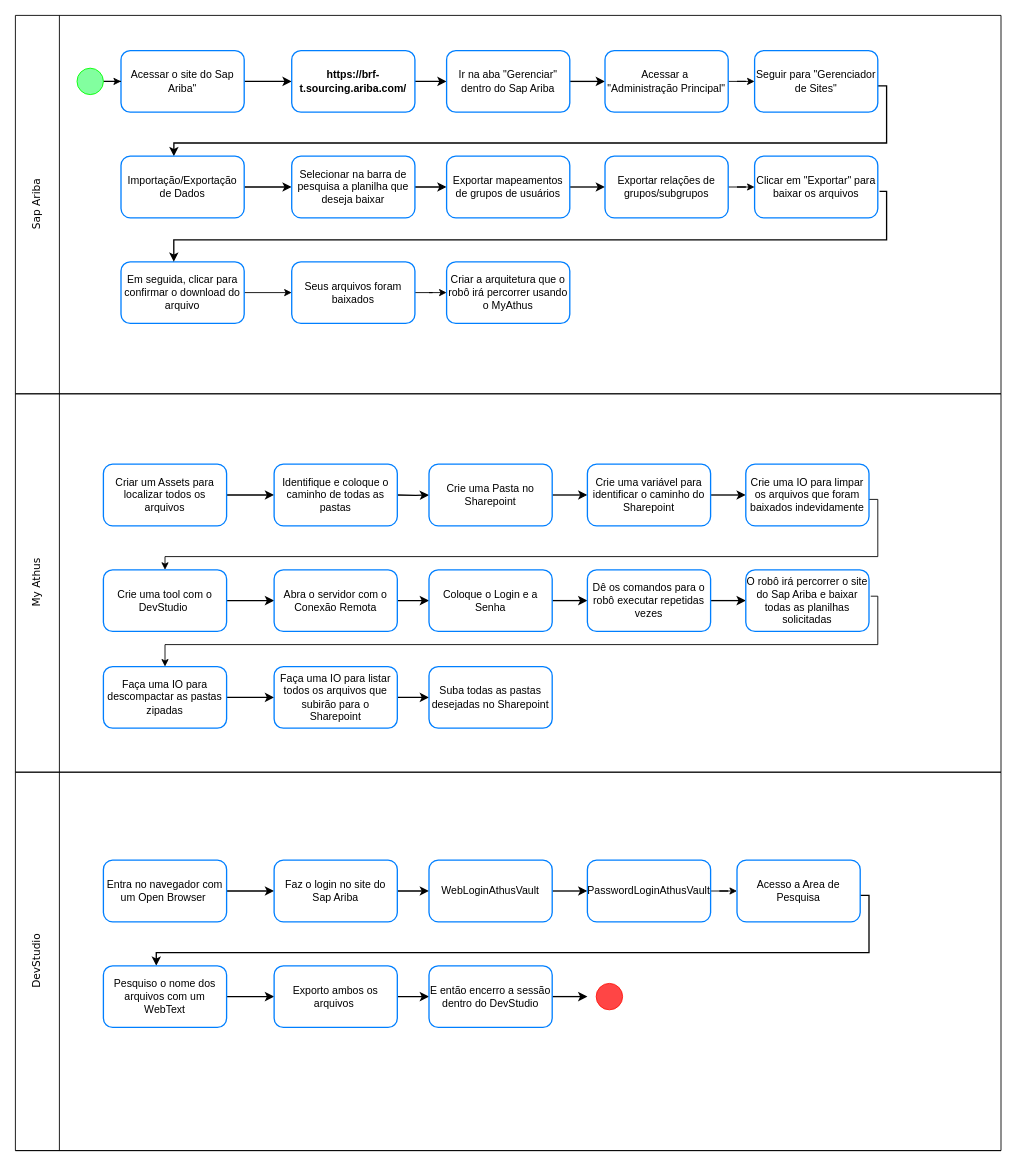
The draw.io diagram Diagrama detalhado - RCT087.drawio in leopartika/Meus-Projetos, before the edit. Source tidied: cells renumbered, new cells numbered last; positions are measured from the earlier drawing's top-left corner, leaving out a move shared by most shapes. Both pictures are drawn from the tidied source at 88%, with x=0, y=0 at pixel (-3, 15).
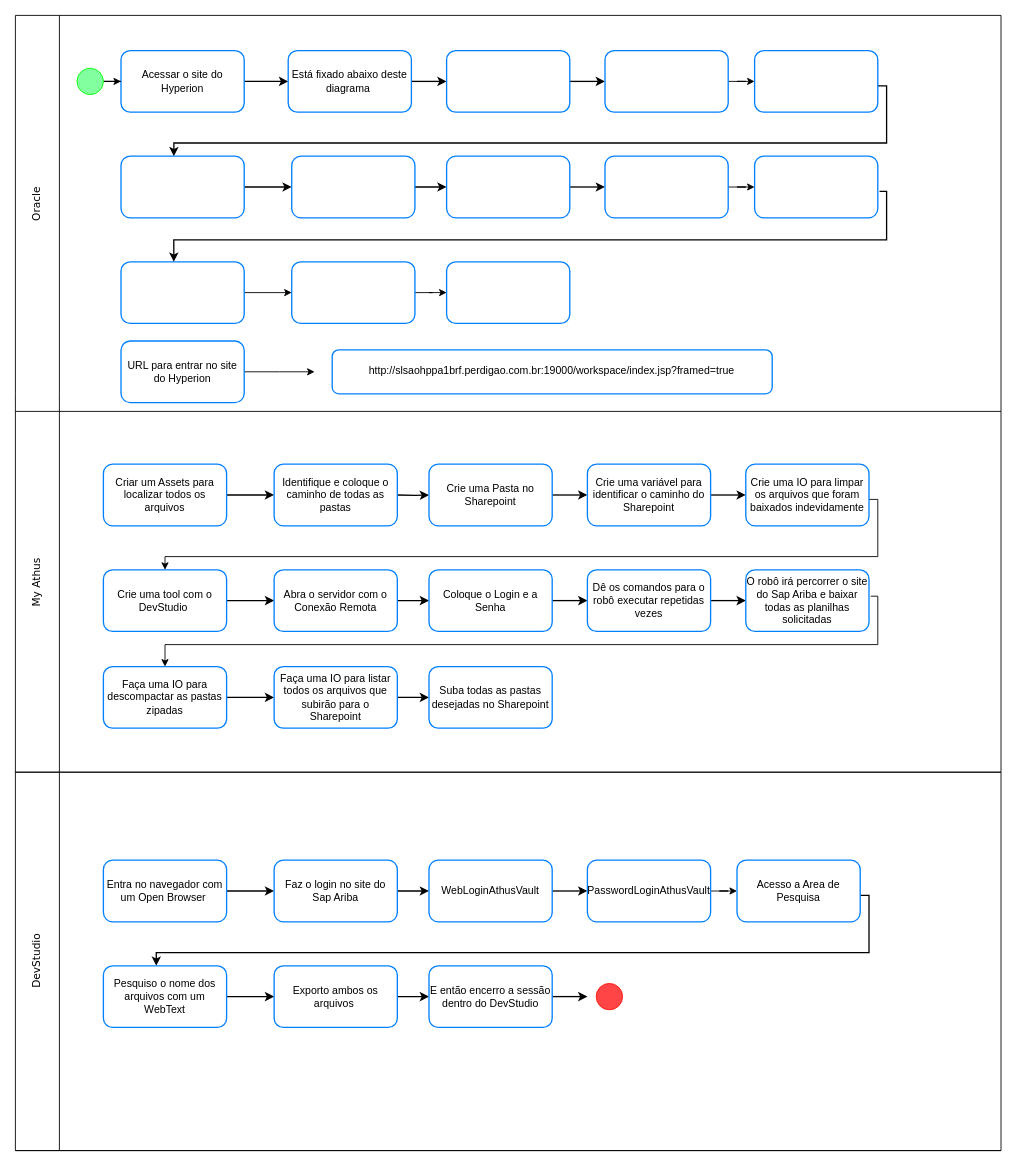
Above is the later version.

Commit message:
Actualizar Diagrama detalhado - RCT088.drawio

Change to the diagram source:
```diff
@@
+    <mxCell id="90" style="rounded=1;whiteSpace=wrap;html=1;strokeColor=#007FFF;strokeWidth=1.5;" parent="1" vertex="1">
+      <mxGeometry x="380" y="380" width="500" height="50" as="geometry" />
+    </mxCell>
@@
-    <mxCell id="3" value="Acessar o site do Sap Ariba&quot;" style="rounded=1;whiteSpace=wrap;html=1;strokeColor=#007FFF;strokeWidth=1.5;" parent="1" vertex="1">
+    <mxCell id="3" value="Acessar o site do Hyperion" style="rounded=1;whiteSpace=wrap;html=1;strokeColor=#007FFF;strokeWidth=1.5;" parent="1" vertex="1">
       <mxGeometry x="140" y="40" width="140" height="70" as="geometry" />
     </mxCell>
@@
-    <mxCell id="5" value="&lt;b&gt;https://brf-t.sourcing.ariba.com/&lt;/b&gt;" style="rounded=1;whiteSpace=wrap;html=1;strokeColor=#007FFF;strokeWidth=1.5;" parent="1" vertex="1">
-      <mxGeometry x="334" y="40" width="140" height="70" as="geometry" />
+    <mxCell id="5" value="Está fixado abaixo deste diagrama&amp;nbsp;" style="rounded=1;whiteSpace=wrap;html=1;strokeColor=#007FFF;strokeWidth=1.5;" parent="1" vertex="1">
+      <mxGeometry x="330" y="40" width="140" height="70" as="geometry" />
     </mxCell>
@@
-    <mxCell id="7" value="Ir na aba &quot;Gerenciar&quot; dentro do Sap Ariba" style="rounded=1;whiteSpace=wrap;html=1;strokeColor=#007FFF;strokeWidth=1.5;" parent="1" vertex="1">
+    <mxCell id="7" style="rounded=1;whiteSpace=wrap;html=1;strokeColor=#007FFF;strokeWidth=1.5;" parent="1" vertex="1">
       <mxGeometry x="510" y="40" width="140" height="70" as="geometry" />
     </mxCell>
@@
-    <mxCell id="9" value="Acessar a&amp;nbsp; &quot;Administração Principal&quot;" style="rounded=1;whiteSpace=wrap;html=1;strokeColor=#007FFF;strokeWidth=1.5;" parent="1" vertex="1">
+    <mxCell id="9" style="rounded=1;whiteSpace=wrap;html=1;strokeColor=#007FFF;strokeWidth=1.5;" parent="1" vertex="1">
       <mxGeometry x="690" y="40" width="140" height="70" as="geometry" />
     </mxCell>
@@
-    <mxCell id="11" value="Seguir para &quot;Gerenciador de Sites&quot;" style="rounded=1;whiteSpace=wrap;html=1;strokeColor=#007FFF;strokeWidth=1.5;" parent="1" vertex="1">
+    <mxCell id="11" style="rounded=1;whiteSpace=wrap;html=1;strokeColor=#007FFF;strokeWidth=1.5;" parent="1" vertex="1">
       <mxGeometry x="860" y="40" width="140" height="70" as="geometry" />
     </mxCell>
@@
-    <mxCell id="13" value="Importação/Exportação de Dados" style="rounded=1;whiteSpace=wrap;html=1;strokeColor=#007FFF;strokeWidth=1.5;" parent="1" vertex="1">
+    <mxCell id="13" style="rounded=1;whiteSpace=wrap;html=1;strokeColor=#007FFF;strokeWidth=1.5;" parent="1" vertex="1">
       <mxGeometry x="140" y="160" width="140" height="70" as="geometry" />
     </mxCell>
@@
-    <mxCell id="15" value="Selecionar na barra de pesquisa a planilha que deseja baixar" style="rounded=1;whiteSpace=wrap;html=1;strokeColor=#007FFF;strokeWidth=1.5;" parent="1" vertex="1">
+    <mxCell id="15" style="rounded=1;whiteSpace=wrap;html=1;strokeColor=#007FFF;strokeWidth=1.5;" parent="1" vertex="1">
       <mxGeometry x="334" y="160" width="140" height="70" as="geometry" />
     </mxCell>
@@
-    <mxCell id="17" value="Exportar mapeamentos de grupos de usuários" style="rounded=1;whiteSpace=wrap;html=1;strokeColor=#007FFF;strokeWidth=1.5;" parent="1" vertex="1">
+    <mxCell id="17" style="rounded=1;whiteSpace=wrap;html=1;strokeColor=#007FFF;strokeWidth=1.5;" parent="1" vertex="1">
       <mxGeometry x="510" y="160" width="140" height="70" as="geometry" />
     </mxCell>
@@
-    <mxCell id="19" value="Exportar relações de grupos/subgrupos" style="rounded=1;whiteSpace=wrap;html=1;strokeColor=#007FFF;strokeWidth=1.5;" parent="1" vertex="1">
+    <mxCell id="19" style="rounded=1;whiteSpace=wrap;html=1;strokeColor=#007FFF;strokeWidth=1.5;" parent="1" vertex="1">
       <mxGeometry x="690" y="160" width="140" height="70" as="geometry" />
     </mxCell>
-    <mxCell id="20" value="Clicar em &quot;Exportar&quot; para baixar os arquivos" style="rounded=1;whiteSpace=wrap;html=1;strokeColor=#007FFF;strokeWidth=1.5;" parent="1" vertex="1">
+    <mxCell id="20" style="rounded=1;whiteSpace=wrap;html=1;strokeColor=#007FFF;strokeWidth=1.5;" parent="1" vertex="1">
       <mxGeometry x="860" y="160" width="140" height="70" as="geometry" />
     </mxCell>
@@
-    <mxCell id="22" value="Em seguida, clicar para confirmar o download do arquivo" style="rounded=1;whiteSpace=wrap;html=1;strokeColor=#007FFF;strokeWidth=1.5;" parent="1" vertex="1">
+    <mxCell id="22" style="rounded=1;whiteSpace=wrap;html=1;strokeColor=#007FFF;strokeWidth=1.5;" parent="1" vertex="1">
       <mxGeometry x="140" y="280" width="140" height="70" as="geometry" />
     </mxCell>
@@
-    <mxCell id="25" value="Sap Ariba" style="text;html=1;align=center;verticalAlign=middle;strokeColor=none;fillColor=none;rotation=270;fontStyle=0;fontFamily=Verdana;" parent="1" vertex="1">
-      <mxGeometry x="5" y="200" width="80" height="30" as="geometry" />
+    <mxCell id="25" value="Oracle" style="text;html=1;align=center;verticalAlign=middle;strokeColor=none;fillColor=none;rotation=270;fontStyle=0;fontFamily=Verdana;" parent="1" vertex="1">
+      <mxGeometry x="15" y="200" width="60" height="30" as="geometry" />
     </mxCell>
@@
-    <mxCell id="29" style="endArrow=none;html=1;rounded=0;" parent="1" edge="1">
-      <mxGeometry relative="1" as="geometry">
-        <mxPoint x="1140" y="430" as="sourcePoint" />
-        <mxPoint x="20" y="430" as="targetPoint" />
-      </mxGeometry>
-    </mxCell>
@@
-    <mxCell id="53" style="endArrow=none;html=1;rounded=0;" parent="1" edge="1">
+    <mxCell id="53" style="endArrow=none;html=1;rounded=0;strokeColor=default;" parent="1" edge="1">
       <mxGeometry relative="1" as="geometry">
-        <mxPoint x="1140" y="430" as="sourcePoint" />
-        <mxPoint x="20" y="430" as="targetPoint" />
+        <mxPoint x="1140" y="450" as="sourcePoint" />
+        <mxPoint x="20" y="450" as="targetPoint" />
       </mxGeometry>
     </mxCell>
@@
-    <mxCell id="64" value="Seus arquivos foram baixados" style="rounded=1;whiteSpace=wrap;html=1;strokeColor=#007FFF;strokeWidth=1.5;" parent="1" vertex="1">
+    <mxCell id="64" style="rounded=1;whiteSpace=wrap;html=1;strokeColor=#007FFF;strokeWidth=1.5;" parent="1" vertex="1">
       <mxGeometry x="334" y="280" width="140" height="70" as="geometry" />
     </mxCell>
-    <mxCell id="65" value="Criar a arquitetura que o robô irá percorrer usando o MyAthus" style="rounded=1;whiteSpace=wrap;html=1;strokeColor=#007FFF;strokeWidth=1.5;" parent="1" vertex="1">
+    <mxCell id="65" style="rounded=1;whiteSpace=wrap;html=1;strokeColor=#007FFF;strokeWidth=1.5;" parent="1" vertex="1">
       <mxGeometry x="510" y="280" width="140" height="70" as="geometry" />
     </mxCell>
@@
+    <mxCell id="91" value="http://slsaohppa1brf.perdigao.com.br:19000/workspace/index.jsp?framed=true" style="text;whiteSpace=wrap;" parent="1" vertex="1">
+      <mxGeometry x="420" y="390" width="450" height="40" as="geometry" />
+    </mxCell>
+    <mxCell id="92" style="edgeStyle=orthogonalEdgeStyle;rounded=0;jettySize=auto;html=1;" parent="1" edge="1" source="93">
+      <mxGeometry relative="1" as="geometry">
+        <mxPoint x="360" y="405" as="targetPoint" />
+      </mxGeometry>
+    </mxCell>
+    <mxCell id="93" value="URL para entrar no site do Hyperion" style="rounded=1;whiteSpace=wrap;html=1;strokeColor=#007FFF;strokeWidth=1.5;" parent="1" vertex="1">
+      <mxGeometry x="140" y="370" width="140" height="70" as="geometry" />
+    </mxCell>
```
